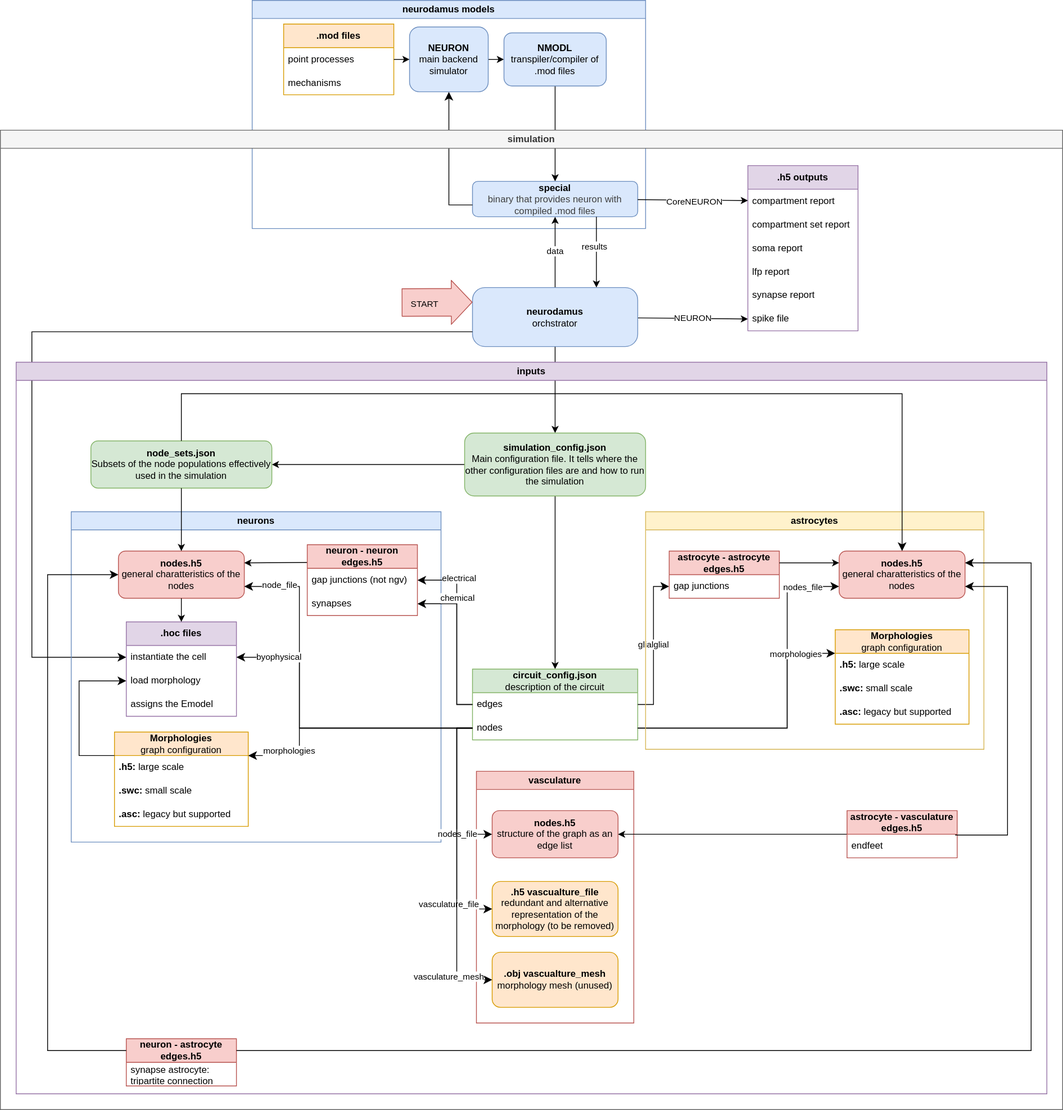
Above: docs/source/img/required_files_and_software.drawio.svg in openbraininstitute/neurodamus (draw.io), before the change. Source tidied: cells renumbered, new cells last; positions are measured from the earlier drawing's top-left corner, leaving out a move shared by most shapes.
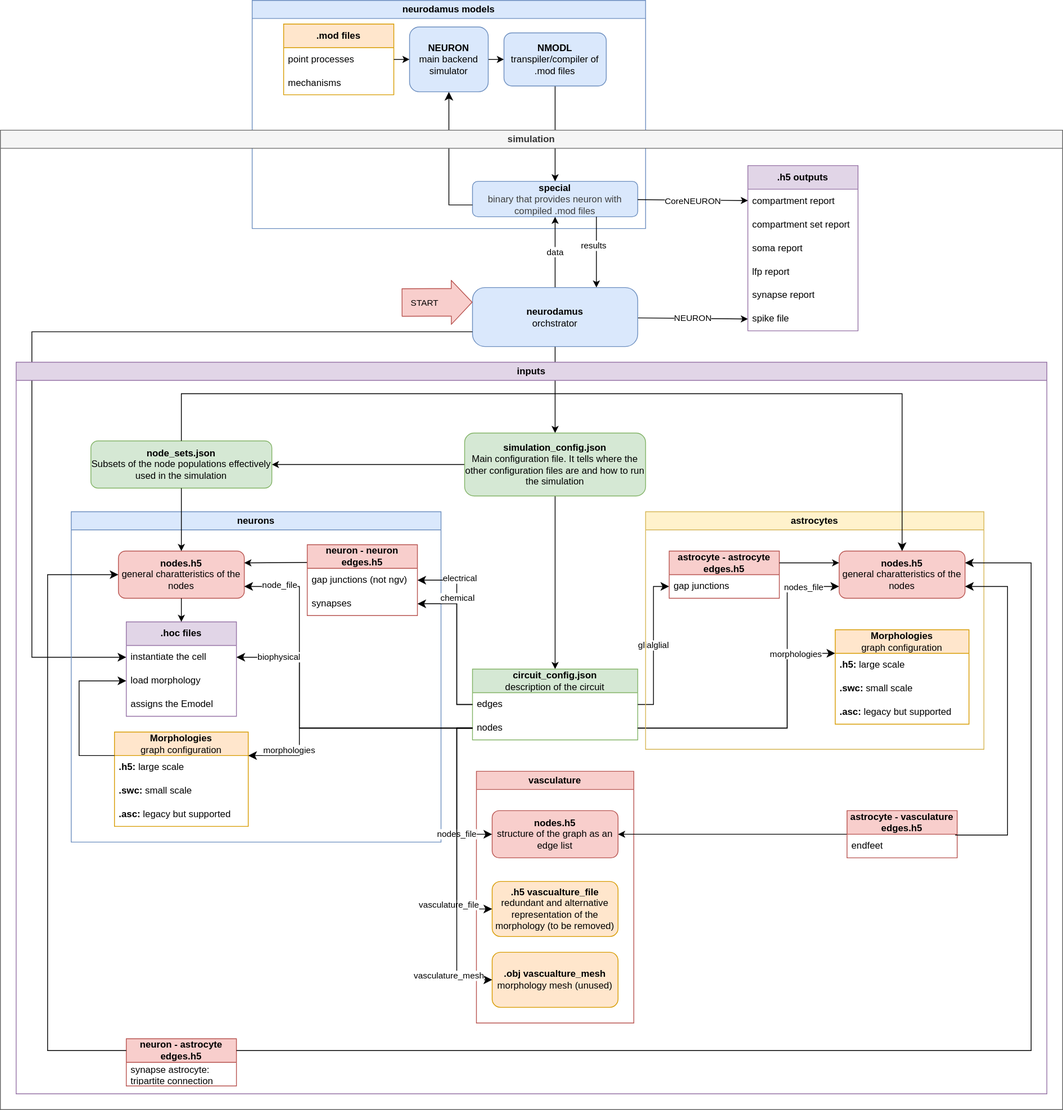
Later version of the same file.

Diff of the diagram source:
```diff
@@ -172,7 +172,7 @@
         <mxPoint x="3" y="-10" as="offset" />
       </mxGeometry>
     </mxCell>
-    <mxCell id="50" value="byophysical" style="edgeStyle=elbowEdgeStyle;elbow=horizontal;endArrow=classic;html=1;curved=0;rounded=0;endSize=8;startSize=8;exitX=0;exitY=0.5;exitDx=0;exitDy=0;entryX=1;entryY=0.5;entryDx=0;entryDy=0;" parent="1" edge="1" source="43" target="36">
+    <mxCell id="50" value="biophysical" style="edgeStyle=elbowEdgeStyle;elbow=horizontal;endArrow=classic;html=1;curved=0;rounded=0;endSize=8;startSize=8;exitX=0;exitY=0.5;exitDx=0;exitDy=0;entryX=1;entryY=0.5;entryDx=0;entryDy=0;" parent="1" edge="1" source="43" target="36">
       <mxGeometry x="0.72" relative="1" as="geometry">
         <Array as="points">
           <mxPoint x="380" y="880" />
```
